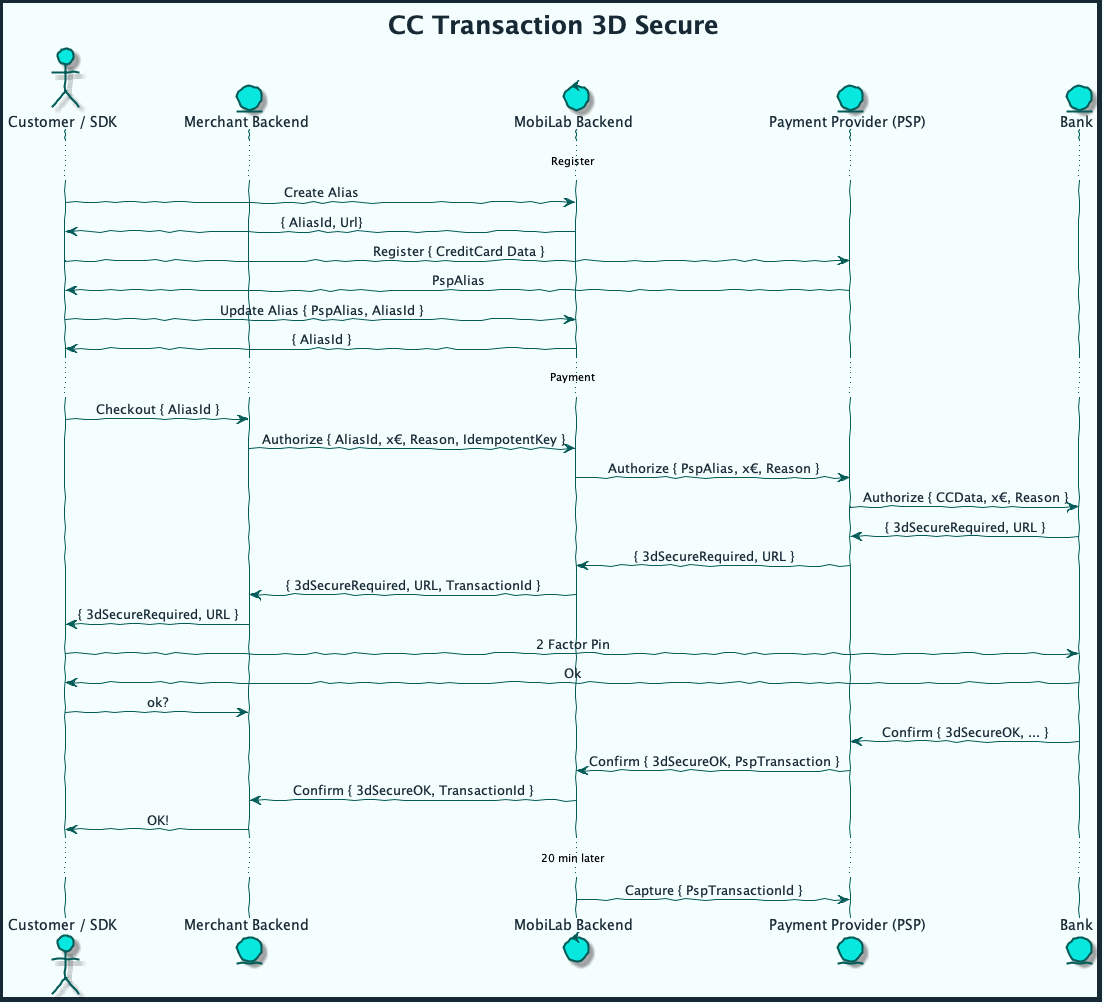
Earlier version of the PlantUML export diagrams/out/cc_transaction_3d.png (mobilabsolutions/stash-sdk-wiki).
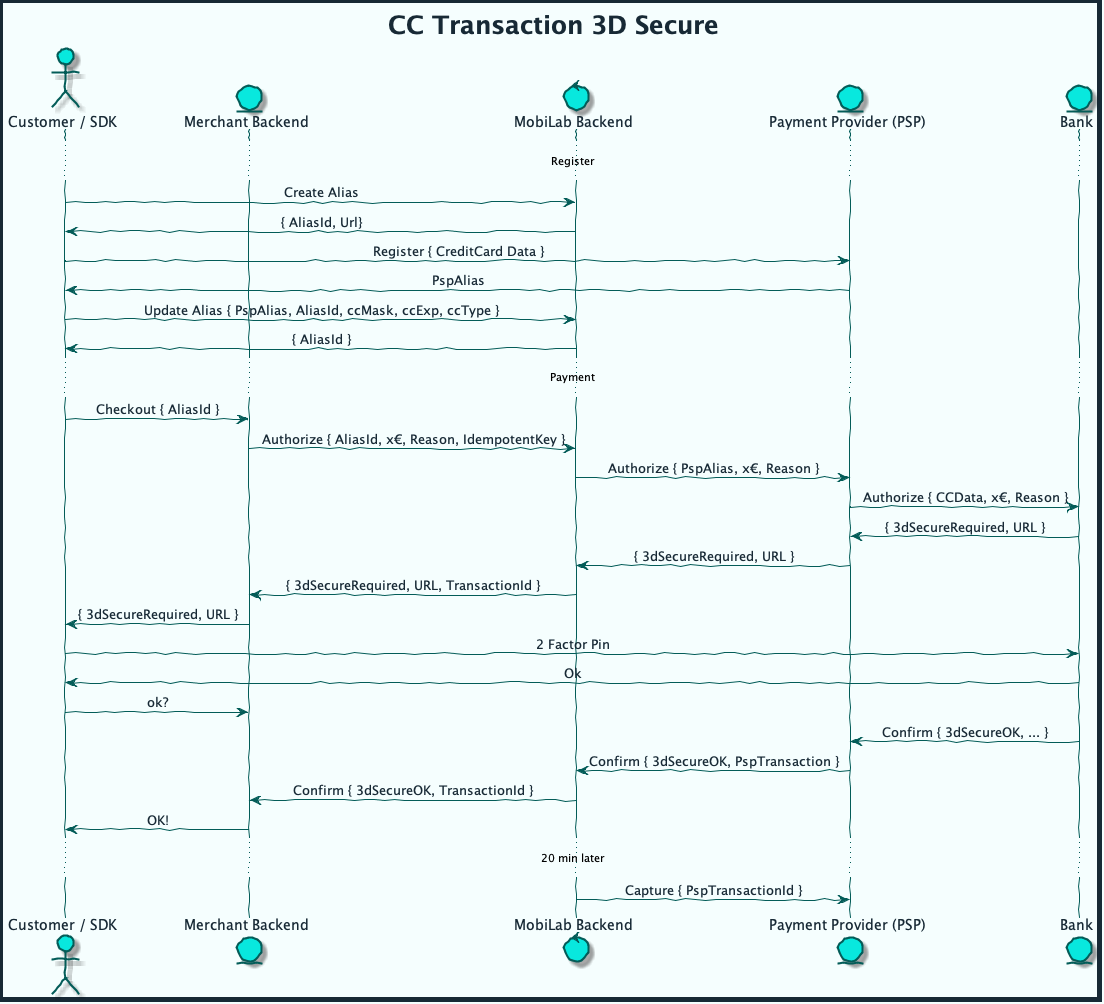
Above is the later version.

Diff of the diagram source:
```diff
@@ -60,7 +60,7 @@
 User -> PSP: Register { CreditCard Data }
 PSP -> User: PspAlias
 
-User -> MBE: Update Alias { PspAlias, AliasId }
+User -> MBE: Update Alias { PspAlias, AliasId, ccMask, ccExp, ccType }
 MBE -> User: { AliasId }
 
 ... Payment ...
```
